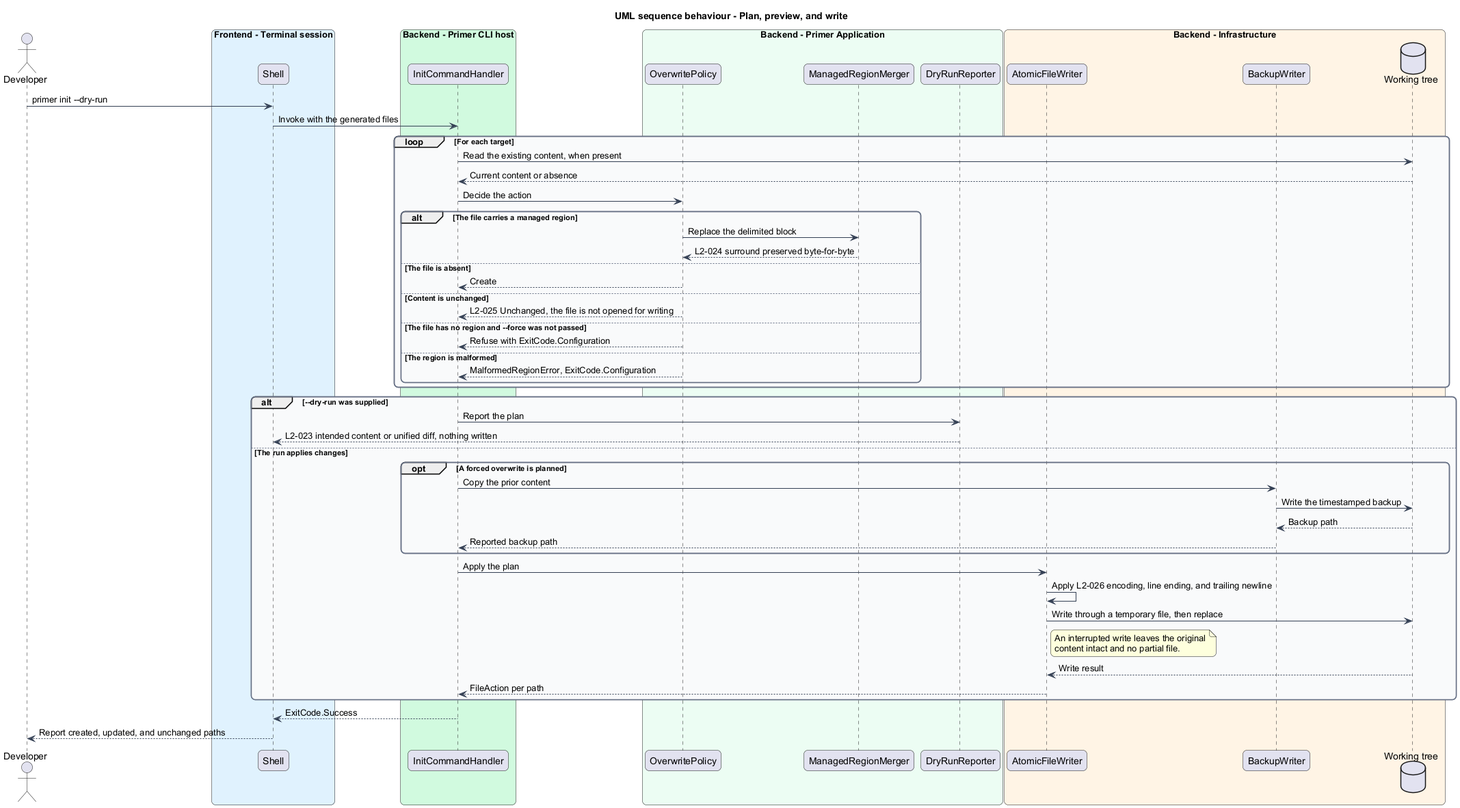
The PlantUML diagram docs/detailed-designs/agent-file-generation/write-files-safely/diagrams/sequence-write-safely.png in QuinntyneBrown/primer, before a commit. The source it was exported from:
```plantuml
@startuml
title UML sequence behaviour - Plan, preview, and write
skinparam backgroundColor #FFFFFF
skinparam shadowing false
skinparam roundcorner 12
skinparam defaultFontName Arial
skinparam ArrowColor #344054
skinparam rectangle {
  BorderColor #344054
  FontColor #101828
}
skinparam package {
  BorderColor #667085
  FontColor #101828
  BackgroundColor #F9FAFB
}
actor "Developer" as dev
box "Frontend - Terminal session" #E0F2FE
  participant "Shell" as shell
end box
box "Backend - Primer CLI host" #D1FADF
  participant "InitCommandHandler" as handler
end box
box "Backend - Primer Application" #ECFDF3
  participant "OverwritePolicy" as policy
  participant "ManagedRegionMerger" as merger
  participant "DryRunReporter" as dryrun
end box
box "Backend - Infrastructure" #FFF4E5
  participant "AtomicFileWriter" as writer
  participant "BackupWriter" as backup
  database "Working tree" as tree
end box

dev -> shell : primer init --dry-run
shell -> handler : Invoke with the generated files

loop For each target
  handler -> tree : Read the existing content, when present
  tree --> handler : Current content or absence
  handler -> policy : Decide the action

  alt The file carries a managed region
    policy -> merger : Replace the delimited block
    merger --> policy : L2-024 surround preserved byte-for-byte
  else The file is absent
    policy --> handler : Create
  else Content is unchanged
    policy --> handler : L2-025 Unchanged, the file is not opened for writing
  else The file has no region and --force was not passed
    policy --> handler : Refuse with ExitCode.Configuration
  else The region is malformed
    policy --> handler : MalformedRegionError, ExitCode.Configuration
  end
end

alt --dry-run was supplied
  handler -> dryrun : Report the plan
  dryrun --> shell : L2-023 intended content or unified diff, nothing written
else The run applies changes
  opt A forced overwrite is planned
    handler -> backup : Copy the prior content
    backup -> tree : Write the timestamped backup
    tree --> backup : Backup path
    backup --> handler : Reported backup path
  end
  handler -> writer : Apply the plan
  writer -> writer : Apply L2-026 encoding, line ending, and trailing newline
  writer -> tree : Write through a temporary file, then replace
  note right of writer
    An interrupted write leaves the original
    content intact and no partial file.
  end note
  tree --> writer : Write result
  writer --> handler : FileAction per path
end

handler --> shell : ExitCode.Success
shell --> dev : Report created, updated, and unchanged paths
@enduml
```
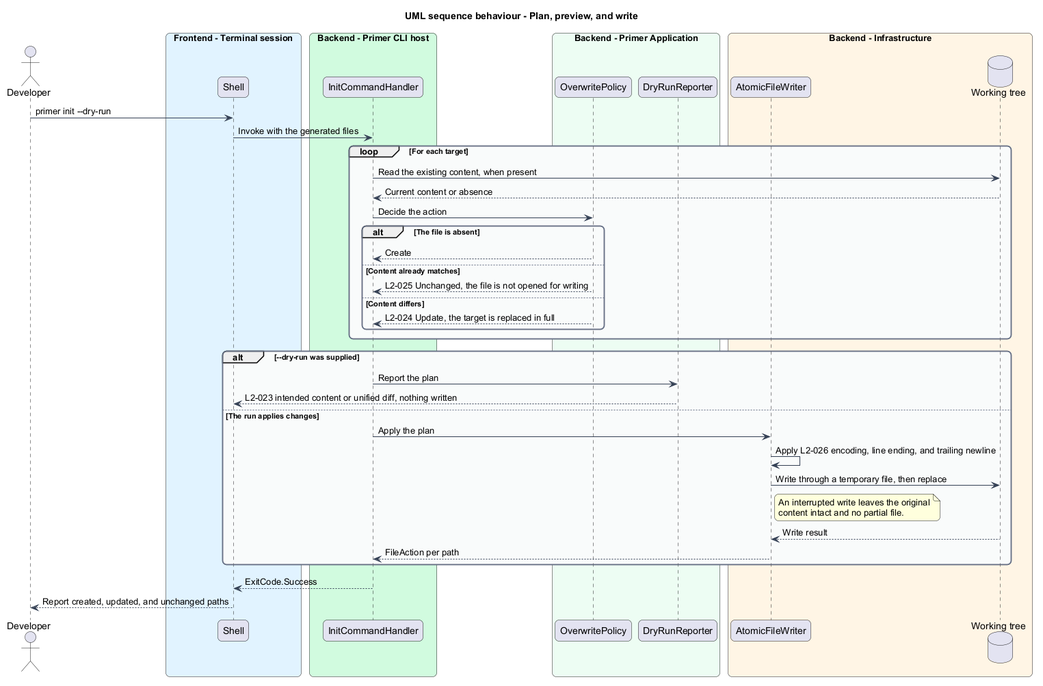
The same file after the commit.

Diff of the diagram source:
```diff
@@ -23,12 +23,10 @@
 end box
 box "Backend - Primer Application" #ECFDF3
   participant "OverwritePolicy" as policy
-  participant "ManagedRegionMerger" as merger
   participant "DryRunReporter" as dryrun
 end box
 box "Backend - Infrastructure" #FFF4E5
   participant "AtomicFileWriter" as writer
-  participant "BackupWriter" as backup
   database "Working tree" as tree
 end box
 
@@ -40,17 +38,12 @@
   tree --> handler : Current content or absence
   handler -> policy : Decide the action
 
-  alt The file carries a managed region
-    policy -> merger : Replace the delimited block
-    merger --> policy : L2-024 surround preserved byte-for-byte
-  else The file is absent
+  alt The file is absent
     policy --> handler : Create
-  else Content is unchanged
+  else Content already matches
     policy --> handler : L2-025 Unchanged, the file is not opened for writing
-  else The file has no region and --force was not passed
-    policy --> handler : Refuse with ExitCode.Configuration
-  else The region is malformed
-    policy --> handler : MalformedRegionError, ExitCode.Configuration
+  else Content differs
+    policy --> handler : L2-024 Update, the target is replaced in full
   end
 end
 
@@ -58,12 +51,6 @@
   handler -> dryrun : Report the plan
   dryrun --> shell : L2-023 intended content or unified diff, nothing written
 else The run applies changes
-  opt A forced overwrite is planned
-    handler -> backup : Copy the prior content
-    backup -> tree : Write the timestamped backup
-    tree --> backup : Backup path
-    backup --> handler : Reported backup path
-  end
   handler -> writer : Apply the plan
   writer -> writer : Apply L2-026 encoding, line ending, and trailing newline
   writer -> tree : Write through a temporary file, then replace
```
